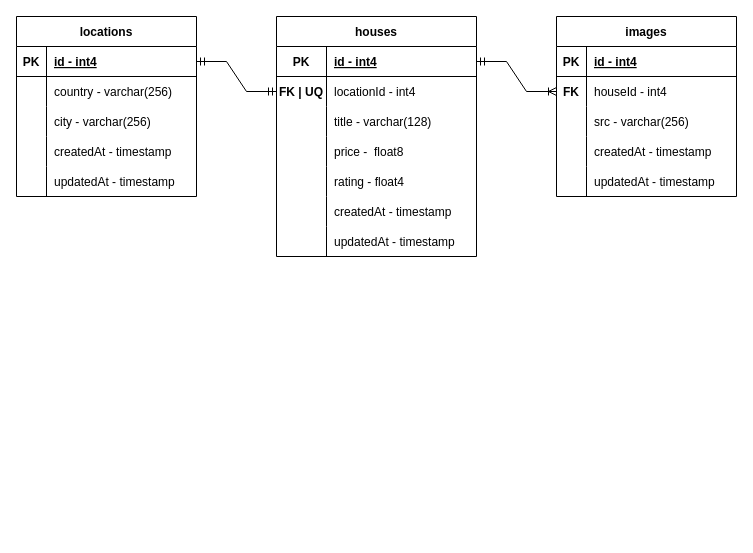
MariusDevelops/node-server keeps this draw.io diagram as sql/houses-schema.drawio. Above is the earlier version. Source tidied: cells renumbered, new cells numbered last; positions are measured from the earlier drawing's top-left corner, leaving out a move shared by most shapes. Both pictures are drawn from the tidied source at 100%, with x=0, y=0 at pixel (16, 16).
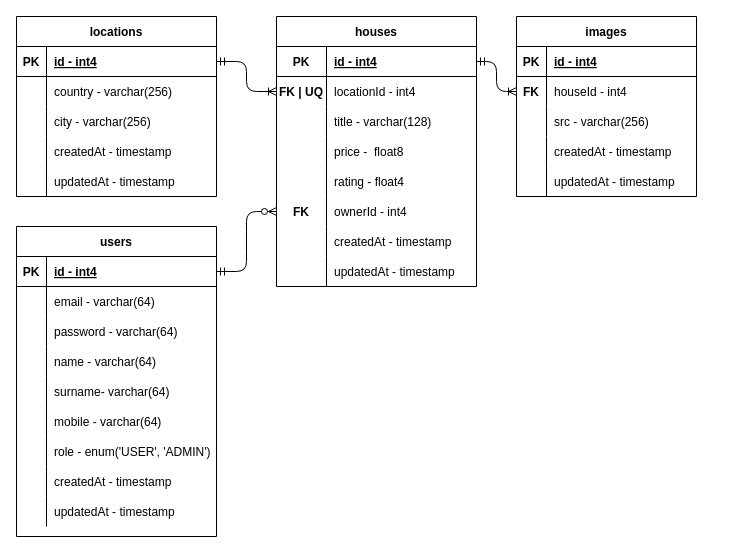
After the change.

Commit message (it also covers changes not shown here):
feat: mobile to user and registration update

The change refers to these unchanged cells:
```xml
<mxCell id="22" style="shape=tableRow;horizontal=0;startSize=0;swimlaneHead=0;swimlaneBody=0;fillColor=none;points=[[0,0.5],[1,0.5]];portConstraint=eastwest;top=0;left=0;right=0;bottom=0;" parent="18" vertex="1">
  <mxGeometry y="60" width="180" height="30" as="geometry" />
</mxCell>
<mxCell id="35" style="shape=tableRow;horizontal=0;startSize=0;swimlaneHead=0;swimlaneBody=0;fillColor=none;points=[[0,0.5],[1,0.5]];portConstraint=eastwest;top=0;left=0;right=0;bottom=1;" parent="34" vertex="1">
  <mxGeometry y="30" width="200" height="30" as="geometry" />
</mxCell>
<mxCell id="38" style="shape=tableRow;horizontal=0;startSize=0;swimlaneHead=0;swimlaneBody=0;fillColor=none;points=[[0,0.5],[1,0.5]];portConstraint=eastwest;top=0;left=0;right=0;bottom=0;" parent="34" vertex="1">
  <mxGeometry y="60" width="200" height="30" as="geometry" />
</mxCell>
```

Change to the diagram source:
```diff
@@
     <mxCell id="2" value="locations" style="shape=table;startSize=30;childLayout=tableLayout;rowLines=0;fontStyle=1;align=center;" parent="1" vertex="1">
-      <mxGeometry width="180" height="180" as="geometry" />
+      <mxGeometry width="200" height="180" as="geometry" />
     </mxCell>
     <mxCell id="3" style="shape=tableRow;horizontal=0;startSize=0;swimlaneHead=0;swimlaneBody=0;fillColor=none;points=[[0,0.5],[1,0.5]];portConstraint=eastwest;top=0;left=0;right=0;bottom=1;" parent="2" vertex="1">
-      <mxGeometry y="30" width="180" height="30" as="geometry" />
+      <mxGeometry y="30" width="200" height="30" as="geometry" />
     </mxCell>
@@
     <mxCell id="5" value="id - int4" style="shape=partialRectangle;fillColor=none;top=0;left=0;bottom=0;right=0;align=left;spacingLeft=6;fontStyle=5;overflow=hidden;" parent="3" vertex="1">
-      <mxGeometry x="30" width="150" height="30" as="geometry" />
+      <mxGeometry x="30" width="170" height="30" as="geometry" />
     </mxCell>
     <mxCell id="6" style="shape=tableRow;horizontal=0;startSize=0;swimlaneHead=0;swimlaneBody=0;fillColor=none;top=0;left=0;right=0;bottom=0;" parent="2" vertex="1">
-      <mxGeometry y="60" width="180" height="30" as="geometry" />
+      <mxGeometry y="60" width="200" height="30" as="geometry" />
     </mxCell>
@@
     <mxCell id="8" value="country - varchar(256)" style="shape=partialRectangle;fillColor=none;top=0;left=0;bottom=0;right=0;align=left;spacingLeft=6;overflow=hidden;" parent="6" vertex="1">
-      <mxGeometry x="30" width="150" height="30" as="geometry" />
+      <mxGeometry x="30" width="170" height="30" as="geometry" />
     </mxCell>
     <mxCell id="9" style="shape=tableRow;horizontal=0;startSize=0;swimlaneHead=0;swimlaneBody=0;fillColor=none;top=0;left=0;right=0;bottom=0;" parent="2" vertex="1">
-      <mxGeometry y="90" width="180" height="30" as="geometry" />
+      <mxGeometry y="90" width="200" height="30" as="geometry" />
     </mxCell>
@@
     <mxCell id="11" value="city - varchar(256)" style="shape=partialRectangle;fillColor=none;top=0;left=0;bottom=0;right=0;align=left;spacingLeft=6;overflow=hidden;" parent="9" vertex="1">
-      <mxGeometry x="30" width="150" height="30" as="geometry" />
+      <mxGeometry x="30" width="170" height="30" as="geometry" />
     </mxCell>
     <mxCell id="12" style="shape=tableRow;horizontal=0;startSize=0;swimlaneHead=0;swimlaneBody=0;fillColor=none;top=0;left=0;right=0;bottom=0;" parent="2" vertex="1">
-      <mxGeometry y="120" width="180" height="30" as="geometry" />
+      <mxGeometry y="120" width="200" height="30" as="geometry" />
     </mxCell>
@@
     <mxCell id="14" value="createdAt - timestamp" style="shape=partialRectangle;fillColor=none;top=0;left=0;bottom=0;right=0;align=left;spacingLeft=6;overflow=hidden;" parent="12" vertex="1">
-      <mxGeometry x="30" width="150" height="30" as="geometry" />
+      <mxGeometry x="30" width="170" height="30" as="geometry" />
     </mxCell>
     <mxCell id="15" style="shape=tableRow;horizontal=0;startSize=0;swimlaneHead=0;swimlaneBody=0;fillColor=none;top=0;left=0;right=0;bottom=0;" parent="2" vertex="1">
-      <mxGeometry y="150" width="180" height="30" as="geometry" />
+      <mxGeometry y="150" width="200" height="30" as="geometry" />
     </mxCell>
@@
     <mxCell id="17" value="updatedAt - timestamp" style="shape=partialRectangle;fillColor=none;top=0;left=0;bottom=0;right=0;align=left;spacingLeft=6;overflow=hidden;" parent="15" vertex="1">
-      <mxGeometry x="30" width="150" height="30" as="geometry" />
+      <mxGeometry x="30" width="170" height="30" as="geometry" />
     </mxCell>
     <mxCell id="18" value="images" style="shape=table;startSize=30;childLayout=tableLayout;rowLines=0;fontStyle=1;align=center;" parent="1" vertex="1">
-      <mxGeometry x="540" width="180" height="180" as="geometry" />
+      <mxGeometry x="500" width="180" height="180" as="geometry" />
     </mxCell>
@@
     <mxCell id="34" value="houses" style="shape=table;startSize=30;childLayout=tableLayout;rowLines=0;fontStyle=1;align=center;" parent="1" vertex="1">
-      <mxGeometry x="260" width="200" height="240" as="geometry" />
+      <mxGeometry x="260" width="200" height="270" as="geometry" />
     </mxCell>
@@
+    <mxCell id="58" style="shape=partialRectangle;fillColor=none;top=0;left=0;bottom=0;right=0;points=[[0,0.5],[1,0.5]];portConstraint=eastwest;" parent="34" vertex="1">
+      <mxGeometry y="180" width="200" height="30" as="geometry" />
+    </mxCell>
+    <mxCell id="59" value="FK" style="shape=partialRectangle;fillColor=none;top=0;left=0;bottom=0;right=0;fontStyle=1;overflow=hidden;" parent="58" vertex="1">
+      <mxGeometry width="50" height="30" as="geometry" />
+    </mxCell>
+    <mxCell id="60" value="ownerId - int4" style="shape=partialRectangle;fillColor=none;top=0;left=0;bottom=0;right=0;align=left;spacingLeft=6;fontStyle=0;overflow=hidden;" parent="58" vertex="1">
+      <mxGeometry x="50" width="150" height="30" as="geometry" />
+    </mxCell>
     <mxCell id="50" style="shape=tableRow;horizontal=0;startSize=0;swimlaneHead=0;swimlaneBody=0;fillColor=none;top=0;left=0;right=0;bottom=0;" parent="34" vertex="1">
-      <mxGeometry y="180" width="200" height="30" as="geometry" />
+      <mxGeometry y="210" width="200" height="30" as="geometry" />
     </mxCell>
@@
     <mxCell id="53" style="shape=tableRow;horizontal=0;startSize=0;swimlaneHead=0;swimlaneBody=0;fillColor=none;top=0;left=0;right=0;bottom=0;" parent="34" vertex="1">
-      <mxGeometry y="210" width="200" height="30" as="geometry" />
+      <mxGeometry y="240" width="200" height="30" as="geometry" />
     </mxCell>
@@
+    <mxCell id="57" style="edgeStyle=elbowEdgeStyle;fontSize=12;html=1;endArrow=ERoneToMany;startArrow=ERmandOne;rounded=1;" parent="1" edge="1" source="35" target="22">
+      <mxGeometry relative="1" as="geometry" />
+    </mxCell>
+    <mxCell id="61" value="users" style="shape=table;startSize=30;childLayout=tableLayout;rowLines=0;fontStyle=1;align=center;" parent="1" vertex="1">
+      <mxGeometry y="210" width="200" height="310" as="geometry" />
+    </mxCell>
+    <mxCell id="62" style="shape=partialRectangle;fillColor=none;top=0;left=0;bottom=1;right=0;points=[[0,0.5],[1,0.5]];portConstraint=eastwest;" parent="61" vertex="1">
+      <mxGeometry y="30" width="200" height="30" as="geometry" />
+    </mxCell>
+    <mxCell id="63" value="PK" style="shape=partialRectangle;fillColor=none;top=0;left=0;bottom=0;right=0;fontStyle=1;overflow=hidden;" parent="62" vertex="1">
+      <mxGeometry width="30" height="30" as="geometry" />
+    </mxCell>
+    <mxCell id="64" value="id - int4" style="shape=partialRectangle;fillColor=none;top=0;left=0;bottom=0;right=0;align=left;spacingLeft=6;fontStyle=5;overflow=hidden;" parent="62" vertex="1">
+      <mxGeometry x="30" width="170" height="30" as="geometry" />
+    </mxCell>
+    <mxCell id="65" style="shape=partialRectangle;fillColor=none;top=0;left=0;bottom=0;right=0;" parent="61" vertex="1">
+      <mxGeometry y="60" width="200" height="30" as="geometry" />
+    </mxCell>
+    <mxCell id="66" style="shape=partialRectangle;fillColor=none;top=0;left=0;bottom=0;right=0;overflow=hidden;" parent="65" vertex="1">
+      <mxGeometry width="30" height="30" as="geometry" />
+    </mxCell>
+    <mxCell id="67" value="email - varchar(64)" style="shape=partialRectangle;fillColor=none;top=0;left=0;bottom=0;right=0;align=left;spacingLeft=6;overflow=hidden;" parent="65" vertex="1">
+      <mxGeometry x="30" width="170" height="30" as="geometry" />
+    </mxCell>
+    <mxCell id="68" style="shape=partialRectangle;fillColor=none;top=0;left=0;bottom=0;right=0;" parent="61" vertex="1">
+      <mxGeometry y="90" width="200" height="30" as="geometry" />
+    </mxCell>
+    <mxCell id="69" style="shape=partialRectangle;fillColor=none;top=0;left=0;bottom=0;right=0;overflow=hidden;" parent="68" vertex="1">
+      <mxGeometry width="30" height="30" as="geometry" />
+    </mxCell>
+    <mxCell id="70" value="password - varchar(64)" style="shape=partialRectangle;fillColor=none;top=0;left=0;bottom=0;right=0;align=left;spacingLeft=6;overflow=hidden;" parent="68" vertex="1">
+      <mxGeometry x="30" width="170" height="30" as="geometry" />
+    </mxCell>
+    <mxCell id="71" style="shape=partialRectangle;fillColor=none;top=0;left=0;bottom=0;right=0;" parent="61" vertex="1">
+      <mxGeometry y="120" width="200" height="30" as="geometry" />
+    </mxCell>
+    <mxCell id="72" style="shape=partialRectangle;fillColor=none;top=0;left=0;bottom=0;right=0;overflow=hidden;" parent="71" vertex="1">
+      <mxGeometry width="30" height="30" as="geometry" />
+    </mxCell>
+    <mxCell id="73" value="name - varchar(64)" style="shape=partialRectangle;fillColor=none;top=0;left=0;bottom=0;right=0;align=left;spacingLeft=6;overflow=hidden;" parent="71" vertex="1">
+      <mxGeometry x="30" width="170" height="30" as="geometry" />
+    </mxCell>
+    <mxCell id="74" style="shape=partialRectangle;fillColor=none;top=0;left=0;bottom=0;right=0;" parent="61" vertex="1">
+      <mxGeometry y="150" width="200" height="30" as="geometry" />
+    </mxCell>
+    <mxCell id="75" style="shape=partialRectangle;fillColor=none;top=0;left=0;bottom=0;right=0;overflow=hidden;" parent="74" vertex="1">
+      <mxGeometry width="30" height="30" as="geometry" />
+    </mxCell>
+    <mxCell id="76" value="surname- varchar(64)" style="shape=partialRectangle;fillColor=none;top=0;left=0;bottom=0;right=0;align=left;spacingLeft=6;overflow=hidden;" parent="74" vertex="1">
+      <mxGeometry x="30" width="170" height="30" as="geometry" />
+    </mxCell>
+    <mxCell id="77" style="shape=partialRectangle;fillColor=none;top=0;left=0;bottom=0;right=0;" parent="61" vertex="1">
+      <mxGeometry y="180" width="200" height="30" as="geometry" />
+    </mxCell>
+    <mxCell id="78" style="shape=partialRectangle;fillColor=none;top=0;left=0;bottom=0;right=0;overflow=hidden;" parent="77" vertex="1">
+      <mxGeometry width="30" height="30" as="geometry" />
+    </mxCell>
+    <mxCell id="79" value="mobile - varchar(64)" style="shape=partialRectangle;fillColor=none;top=0;left=0;bottom=0;right=0;align=left;spacingLeft=6;overflow=hidden;" parent="77" vertex="1">
+      <mxGeometry x="30" width="170" height="30" as="geometry" />
+    </mxCell>
+    <mxCell id="80" style="shape=partialRectangle;fillColor=none;top=0;left=0;bottom=0;right=0;" parent="61" vertex="1">
+      <mxGeometry y="210" width="200" height="30" as="geometry" />
+    </mxCell>
+    <mxCell id="81" style="shape=partialRectangle;fillColor=none;top=0;left=0;bottom=0;right=0;overflow=hidden;" parent="80" vertex="1">
+      <mxGeometry width="30" height="30" as="geometry" />
+    </mxCell>
+    <mxCell id="82" value="role - enum('USER', 'ADMIN')" style="shape=partialRectangle;fillColor=none;top=0;left=0;bottom=0;right=0;align=left;spacingLeft=6;overflow=hidden;" parent="80" vertex="1">
+      <mxGeometry x="30" width="170" height="30" as="geometry" />
+    </mxCell>
+    <mxCell id="83" style="shape=partialRectangle;fillColor=none;top=0;left=0;bottom=0;right=0;" parent="61" vertex="1">
+      <mxGeometry y="240" width="200" height="30" as="geometry" />
+    </mxCell>
+    <mxCell id="84" style="shape=partialRectangle;fillColor=none;top=0;left=0;bottom=0;right=0;overflow=hidden;" parent="83" vertex="1">
+      <mxGeometry width="30" height="30" as="geometry" />
+    </mxCell>
+    <mxCell id="85" value="createdAt - timestamp" style="shape=partialRectangle;fillColor=none;top=0;left=0;bottom=0;right=0;align=left;spacingLeft=6;overflow=hidden;" parent="83" vertex="1">
+      <mxGeometry x="30" width="170" height="30" as="geometry" />
+    </mxCell>
+    <mxCell id="86" style="shape=partialRectangle;fillColor=none;top=0;left=0;bottom=0;right=0;" parent="61" vertex="1">
+      <mxGeometry y="270" width="200" height="30" as="geometry" />
+    </mxCell>
+    <mxCell id="87" style="shape=partialRectangle;fillColor=none;top=0;left=0;bottom=0;right=0;overflow=hidden;" parent="86" vertex="1">
+      <mxGeometry width="30" height="30" as="geometry" />
+    </mxCell>
+    <mxCell id="88" value="updatedAt - timestamp" style="shape=partialRectangle;fillColor=none;top=0;left=0;bottom=0;right=0;align=left;spacingLeft=6;overflow=hidden;" parent="86" vertex="1">
+      <mxGeometry x="30" width="170" height="30" as="geometry" />
+    </mxCell>
+    <mxCell id="89" style="edgeStyle=entityRelationEdgeStyle;fontSize=12;html=1;endArrow=ERzeroToMany;startArrow=ERmandOne;entryX=0;entryY=0.5;entryDx=0;entryDy=0;exitX=1;exitY=0.5;exitDx=0;exitDy=0;" parent="1" edge="1" source="62" target="58">
+      <mxGeometry relative="1" as="geometry" />
+    </mxCell>
-    <mxCell id="56" style="edgeStyle=entityRelationEdgeStyle;fontSize=12;html=1;endArrow=ERmandOne;startArrow=ERmandOne;rounded=0;" parent="1" edge="1" source="3" target="38">
+    <mxCell id="56" style="edgeStyle=elbowEdgeStyle;fontSize=12;html=1;endArrow=ERoneToMany;startArrow=ERmandOne;rounded=1;exitX=1;exitY=0.5;exitDx=0;exitDy=0;entryX=0;entryY=0.5;entryDx=0;entryDy=0;" parent="1" edge="1" source="3" target="38">
       <mxGeometry relative="1" as="geometry" />
     </mxCell>
-    <mxCell id="57" style="edgeStyle=entityRelationEdgeStyle;fontSize=12;html=1;endArrow=ERoneToMany;startArrow=ERmandOne;rounded=0;" parent="1" edge="1" source="35" target="22">
-      <mxGeometry relative="1" as="geometry" />
-    </mxCell>
```
